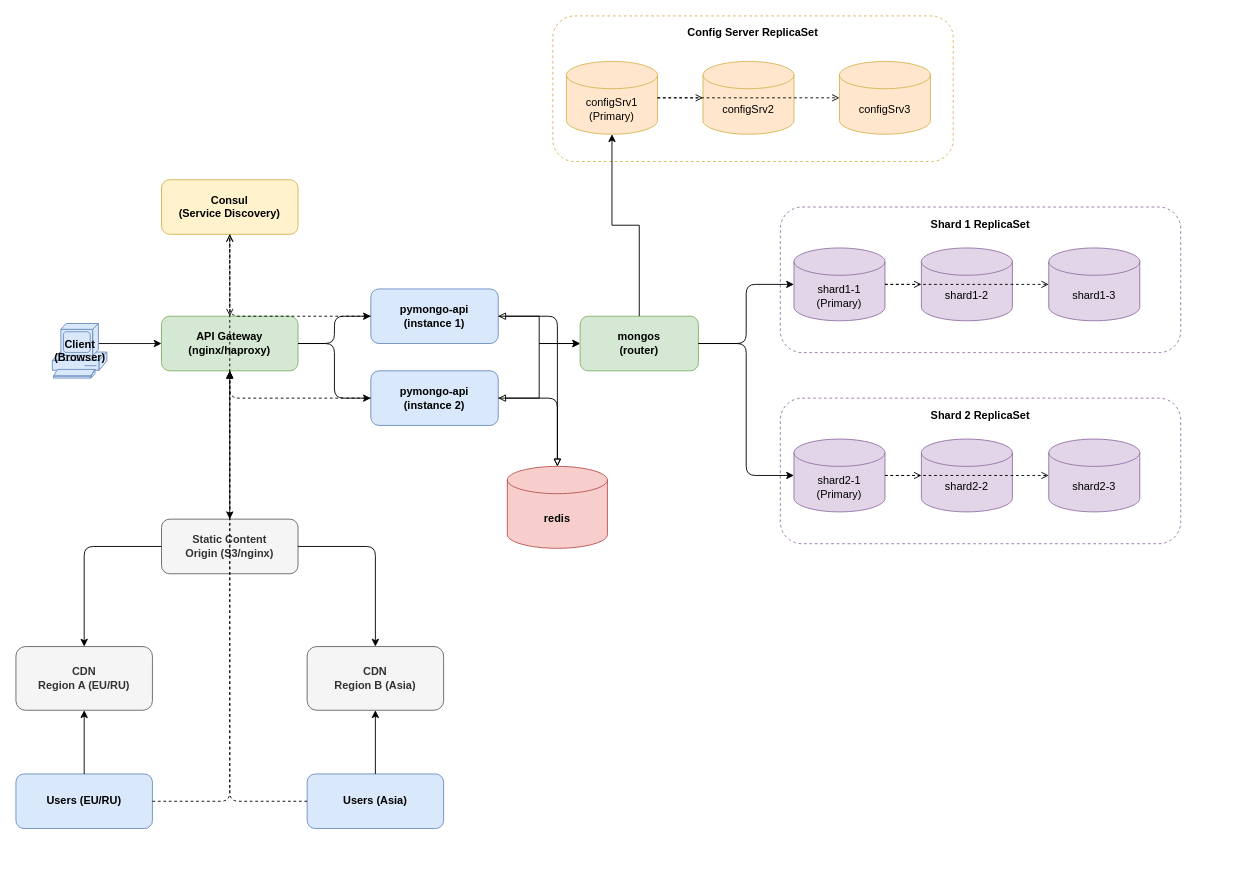
Earlier version of the draw.io diagram page "+ CDN" (5 of 5) of schemes.drawio (Yandex-Practicum/architecture-pro-black_friday). Source tidied: cells renumbered, new cells numbered last; positions are measured from the earlier drawing's top-left corner, leaving out a move shared by most shapes. Both pictures are drawn from the tidied source at 91%, with x=0, y=0 at pixel (15, 15).
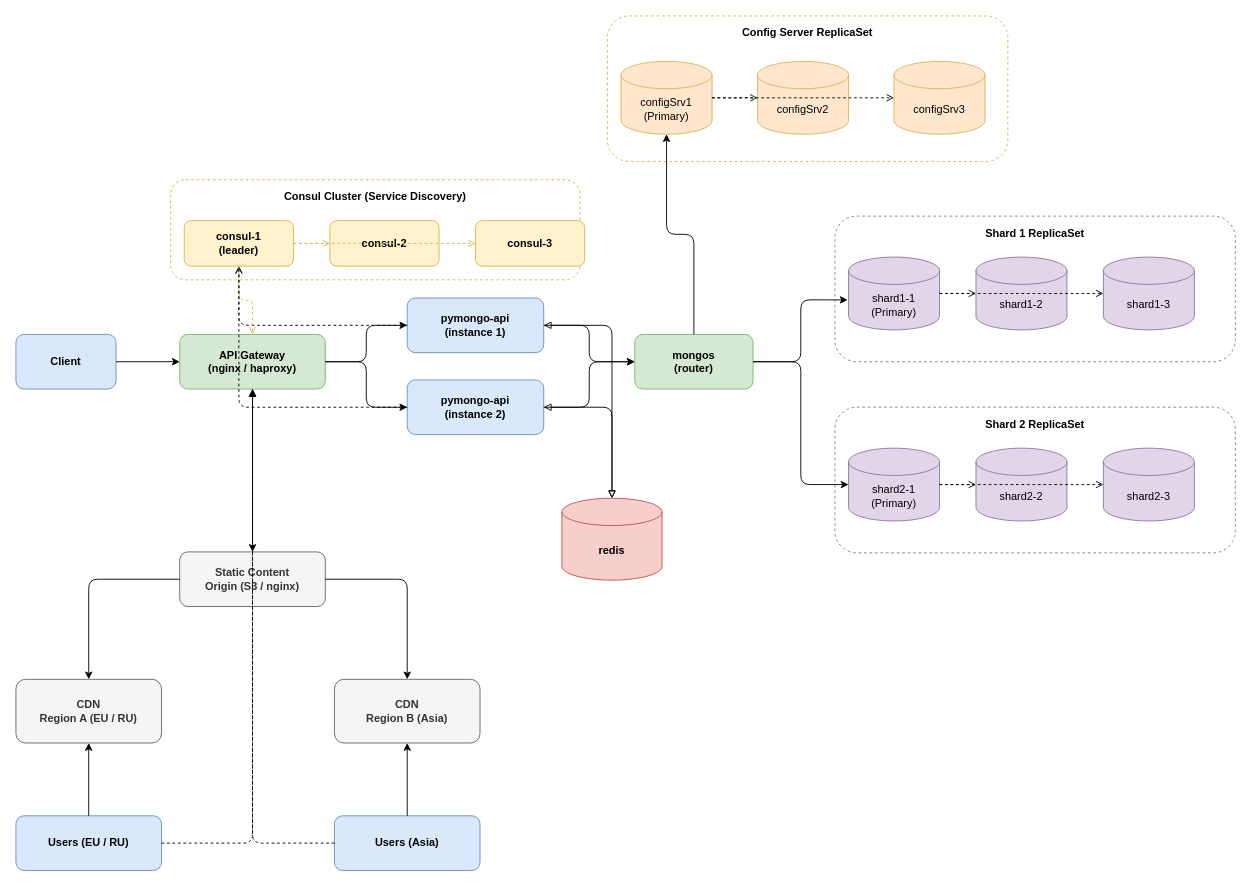
The same diagram, later.

Diff of the diagram source:
```diff
@@
+    <mxCell id="52" value="Client" style="rounded=1;whiteSpace=wrap;html=1;fillColor=#dae8fc;strokeColor=#6c8ebf;fontStyle=1;" parent="1" vertex="1">
+      <mxGeometry y="350" width="110" height="60" as="geometry" />
+    </mxCell>
-    <mxCell id="2" value="API Gateway&#10;(nginx/haproxy)" style="rounded=1;whiteSpace=wrap;html=1;fillColor=#d5e8d4;strokeColor=#82b366;fontStyle=1;" parent="1" vertex="1">
-      <mxGeometry x="160" y="330" width="150" height="60" as="geometry" />
+    <mxCell id="2" value="API Gateway&#10;(nginx / haproxy)" style="rounded=1;whiteSpace=wrap;html=1;fillColor=#d5e8d4;strokeColor=#82b366;fontStyle=1;" parent="1" vertex="1">
+      <mxGeometry x="180" y="350" width="160" height="60" as="geometry" />
     </mxCell>
-    <mxCell id="3" value="Consul&#10;(Service Discovery)" style="rounded=1;whiteSpace=wrap;html=1;fillColor=#fff2cc;strokeColor=#d6b656;fontStyle=1;" parent="1" vertex="1">
-      <mxGeometry x="160" y="180" width="150" height="60" as="geometry" />
-    </mxCell>
+    <mxCell id="53" value="Consul Cluster (Service Discovery)" style="rounded=1;dashed=1;fillColor=none;strokeColor=#d6b656;fontStyle=1;verticalAlign=top;spacingTop=5;" parent="1" vertex="1">
+      <mxGeometry x="170" y="180" width="450" height="110" as="geometry" />
+    </mxCell>
+    <mxCell id="54" value="consul-1&#10;(leader)" style="rounded=1;whiteSpace=wrap;html=1;fillColor=#fff2cc;strokeColor=#d6b656;fontStyle=1;" parent="1" vertex="1">
+      <mxGeometry x="185" y="225" width="120" height="50" as="geometry" />
+    </mxCell>
+    <mxCell id="55" value="consul-2" style="rounded=1;whiteSpace=wrap;html=1;fillColor=#fff2cc;strokeColor=#d6b656;fontStyle=1;" parent="1" vertex="1">
+      <mxGeometry x="345" y="225" width="120" height="50" as="geometry" />
+    </mxCell>
+    <mxCell id="56" value="consul-3" style="rounded=1;whiteSpace=wrap;html=1;fillColor=#fff2cc;strokeColor=#d6b656;fontStyle=1;" parent="1" vertex="1">
+      <mxGeometry x="505" y="225" width="120" height="50" as="geometry" />
+    </mxCell>
     <mxCell id="4" value="pymongo-api&#10;(instance 1)" style="rounded=1;whiteSpace=wrap;html=1;fillColor=#dae8fc;strokeColor=#6c8ebf;fontStyle=1;" parent="1" vertex="1">
-      <mxGeometry x="390" y="300" width="140" height="60" as="geometry" />
+      <mxGeometry x="430" y="310" width="150" height="60" as="geometry" />
     </mxCell>
     <mxCell id="5" value="pymongo-api&#10;(instance 2)" style="rounded=1;whiteSpace=wrap;html=1;fillColor=#dae8fc;strokeColor=#6c8ebf;fontStyle=1;" parent="1" vertex="1">
-      <mxGeometry x="390" y="390" width="140" height="60" as="geometry" />
+      <mxGeometry x="430" y="400" width="150" height="60" as="geometry" />
     </mxCell>
     <mxCell id="6" value="redis" style="shape=cylinder3;whiteSpace=wrap;html=1;boundedLbl=1;backgroundOutline=1;size=15;fillColor=#f8cecc;strokeColor=#b85450;fontStyle=1;" parent="1" vertex="1">
-      <mxGeometry x="540" y="495" width="110" height="90" as="geometry" />
+      <mxGeometry x="600" y="530" width="110" height="90" as="geometry" />
     </mxCell>
     <mxCell id="7" value="mongos&#10;(router)" style="rounded=1;whiteSpace=wrap;html=1;fillColor=#d5e8d4;strokeColor=#82b366;fontStyle=1;" parent="1" vertex="1">
-      <mxGeometry x="620" y="330" width="130" height="60" as="geometry" />
+      <mxGeometry x="680" y="350" width="130" height="60" as="geometry" />
     </mxCell>
     <mxCell id="8" value="Config Server ReplicaSet" style="rounded=1;dashed=1;fillColor=none;strokeColor=#d6b656;fontStyle=1;verticalAlign=top;spacingTop=5;" parent="1" vertex="1">
-      <mxGeometry x="590" width="440" height="160" as="geometry" />
+      <mxGeometry x="650" width="440" height="160" as="geometry" />
     </mxCell>
     <mxCell id="9" value="configSrv1&#10;(Primary)" style="shape=cylinder3;whiteSpace=wrap;html=1;boundedLbl=1;backgroundOutline=1;size=15;fillColor=#ffe6cc;strokeColor=#d6b656;" parent="1" vertex="1">
-      <mxGeometry x="605" y="50" width="100" height="80" as="geometry" />
+      <mxGeometry x="665" y="50" width="100" height="80" as="geometry" />
     </mxCell>
     <mxCell id="10" value="configSrv2" style="shape=cylinder3;whiteSpace=wrap;html=1;boundedLbl=1;backgroundOutline=1;size=15;fillColor=#ffe6cc;strokeColor=#d6b656;" parent="1" vertex="1">
-      <mxGeometry x="755" y="50" width="100" height="80" as="geometry" />
+      <mxGeometry x="815" y="50" width="100" height="80" as="geometry" />
     </mxCell>
     <mxCell id="11" value="configSrv3" style="shape=cylinder3;whiteSpace=wrap;html=1;boundedLbl=1;backgroundOutline=1;size=15;fillColor=#ffe6cc;strokeColor=#d6b656;" parent="1" vertex="1">
-      <mxGeometry x="905" y="50" width="100" height="80" as="geometry" />
+      <mxGeometry x="965" y="50" width="100" height="80" as="geometry" />
     </mxCell>
     <mxCell id="12" value="Shard 1 ReplicaSet" style="rounded=1;dashed=1;fillColor=none;strokeColor=#9673a6;fontStyle=1;verticalAlign=top;spacingTop=5;" parent="1" vertex="1">
-      <mxGeometry x="840" y="210" width="440" height="160" as="geometry" />
+      <mxGeometry x="900" y="220" width="440" height="160" as="geometry" />
     </mxCell>
     <mxCell id="13" value="shard1-1&#10;(Primary)" style="shape=cylinder3;whiteSpace=wrap;html=1;boundedLbl=1;backgroundOutline=1;size=15;fillColor=#e1d5e7;strokeColor=#9673a6;" parent="1" vertex="1">
-      <mxGeometry x="855" y="255" width="100" height="80" as="geometry" />
+      <mxGeometry x="915" y="265" width="100" height="80" as="geometry" />
     </mxCell>
     <mxCell id="14" value="shard1-2" style="shape=cylinder3;whiteSpace=wrap;html=1;boundedLbl=1;backgroundOutline=1;size=15;fillColor=#e1d5e7;strokeColor=#9673a6;" parent="1" vertex="1">
-      <mxGeometry x="995" y="255" width="100" height="80" as="geometry" />
+      <mxGeometry x="1055" y="265" width="100" height="80" as="geometry" />
     </mxCell>
     <mxCell id="15" value="shard1-3" style="shape=cylinder3;whiteSpace=wrap;html=1;boundedLbl=1;backgroundOutline=1;size=15;fillColor=#e1d5e7;strokeColor=#9673a6;" parent="1" vertex="1">
-      <mxGeometry x="1135" y="255" width="100" height="80" as="geometry" />
+      <mxGeometry x="1195" y="265" width="100" height="80" as="geometry" />
     </mxCell>
     <mxCell id="16" value="Shard 2 ReplicaSet" style="rounded=1;dashed=1;fillColor=none;strokeColor=#9673a6;fontStyle=1;verticalAlign=top;spacingTop=5;" parent="1" vertex="1">
-      <mxGeometry x="840" y="420" width="440" height="160" as="geometry" />
+      <mxGeometry x="900" y="430" width="440" height="160" as="geometry" />
     </mxCell>
     <mxCell id="17" value="shard2-1&#10;(Primary)" style="shape=cylinder3;whiteSpace=wrap;html=1;boundedLbl=1;backgroundOutline=1;size=15;fillColor=#e1d5e7;strokeColor=#9673a6;" parent="1" vertex="1">
-      <mxGeometry x="855" y="465" width="100" height="80" as="geometry" />
+      <mxGeometry x="915" y="475" width="100" height="80" as="geometry" />
     </mxCell>
     <mxCell id="18" value="shard2-2" style="shape=cylinder3;whiteSpace=wrap;html=1;boundedLbl=1;backgroundOutline=1;size=15;fillColor=#e1d5e7;strokeColor=#9673a6;" parent="1" vertex="1">
-      <mxGeometry x="995" y="465" width="100" height="80" as="geometry" />
+      <mxGeometry x="1055" y="475" width="100" height="80" as="geometry" />
     </mxCell>
     <mxCell id="19" value="shard2-3" style="shape=cylinder3;whiteSpace=wrap;html=1;boundedLbl=1;backgroundOutline=1;size=15;fillColor=#e1d5e7;strokeColor=#9673a6;" parent="1" vertex="1">
-      <mxGeometry x="1135" y="465" width="100" height="80" as="geometry" />
+      <mxGeometry x="1195" y="475" width="100" height="80" as="geometry" />
     </mxCell>
-    <mxCell id="20" value="Static Content&#10;Origin (S3/nginx)" style="rounded=1;whiteSpace=wrap;html=1;fillColor=#f5f5f5;strokeColor=#666666;fontColor=#333333;fontStyle=1;" parent="1" vertex="1">
-      <mxGeometry x="160" y="553" width="150" height="60" as="geometry" />
+    <mxCell id="20" value="Static Content&#10;Origin (S3 / nginx)" style="rounded=1;whiteSpace=wrap;html=1;fillColor=#f5f5f5;strokeColor=#666666;fontColor=#333333;fontStyle=1;" parent="1" vertex="1">
+      <mxGeometry x="180" y="589" width="160" height="60" as="geometry" />
     </mxCell>
-    <mxCell id="21" value="CDN&#10;Region A (EU/RU)" style="rounded=1;whiteSpace=wrap;html=1;fillColor=#f5f5f5;strokeColor=#666666;fontColor=#333333;fontStyle=1;" parent="1" vertex="1">
-      <mxGeometry y="693" width="150" height="70" as="geometry" />
+    <mxCell id="21" value="CDN&#10;Region A (EU / RU)" style="rounded=1;whiteSpace=wrap;html=1;fillColor=#f5f5f5;strokeColor=#666666;fontColor=#333333;fontStyle=1;" parent="1" vertex="1">
+      <mxGeometry y="729" width="160" height="70" as="geometry" />
     </mxCell>
     <mxCell id="22" value="CDN&#10;Region B (Asia)" style="rounded=1;whiteSpace=wrap;html=1;fillColor=#f5f5f5;strokeColor=#666666;fontColor=#333333;fontStyle=1;" parent="1" vertex="1">
-      <mxGeometry x="320" y="693" width="150" height="70" as="geometry" />
+      <mxGeometry x="350" y="729" width="160" height="70" as="geometry" />
     </mxCell>
-    <mxCell id="23" value="Users (EU/RU)" style="rounded=1;whiteSpace=wrap;html=1;fillColor=#dae8fc;strokeColor=#6c8ebf;fontStyle=1;" parent="1" vertex="1">
-      <mxGeometry y="833" width="150" height="60" as="geometry" />
+    <mxCell id="23" value="Users (EU / RU)" style="rounded=1;whiteSpace=wrap;html=1;fillColor=#dae8fc;strokeColor=#6c8ebf;fontStyle=1;" parent="1" vertex="1">
+      <mxGeometry y="879" width="160" height="60" as="geometry" />
     </mxCell>
     <mxCell id="24" value="Users (Asia)" style="rounded=1;whiteSpace=wrap;html=1;fillColor=#dae8fc;strokeColor=#6c8ebf;fontStyle=1;" parent="1" vertex="1">
-      <mxGeometry x="320" y="833" width="150" height="60" as="geometry" />
+      <mxGeometry x="350" y="879" width="160" height="60" as="geometry" />
     </mxCell>
-    <mxCell id="25" style="edgeStyle=orthogonalEdgeStyle;html=1;rounded=0;exitX=0.817;exitY=0.367;exitDx=0;exitDy=0;exitPerimeter=0;" parent="1" edge="1" source="51" target="2">
+    <mxCell id="25" style="edgeStyle=orthogonalEdgeStyle;html=1;" parent="1" edge="1" source="52" target="2">
       <mxGeometry relative="1" as="geometry" />
     </mxCell>
-    <mxCell id="26" style="edgeStyle=orthogonalEdgeStyle;html=1;rounded=1;curved=0;" parent="1" edge="1" source="2" target="4">
+    <mxCell id="26" style="edgeStyle=orthogonalEdgeStyle;html=1;" parent="1" edge="1" source="2" target="4">
       <mxGeometry relative="1" as="geometry" />
     </mxCell>
-    <mxCell id="27" style="edgeStyle=orthogonalEdgeStyle;html=1;rounded=1;curved=0;" parent="1" edge="1" source="2" target="5">
+    <mxCell id="27" style="edgeStyle=orthogonalEdgeStyle;html=1;" parent="1" edge="1" source="2" target="5">
       <mxGeometry relative="1" as="geometry" />
     </mxCell>
-    <mxCell id="28" style="edgeStyle=orthogonalEdgeStyle;dashed=1;endArrow=open;endFill=0;html=1;" parent="1" edge="1" source="4" target="3">
+    <mxCell id="28" style="edgeStyle=orthogonalEdgeStyle;dashed=1;endArrow=open;endFill=0;html=1;" parent="1" edge="1" source="4" target="54">
       <mxGeometry relative="1" as="geometry" />
     </mxCell>
-    <mxCell id="29" style="edgeStyle=orthogonalEdgeStyle;dashed=1;endArrow=open;endFill=0;html=1;" parent="1" edge="1" source="5" target="3">
+    <mxCell id="29" style="edgeStyle=orthogonalEdgeStyle;dashed=1;endArrow=open;endFill=0;html=1;" parent="1" edge="1" source="5" target="54">
       <mxGeometry relative="1" as="geometry" />
     </mxCell>
-    <mxCell id="30" style="edgeStyle=orthogonalEdgeStyle;dashed=1;endArrow=open;endFill=0;html=1;" parent="1" edge="1" source="3" target="2">
+    <mxCell id="30" style="edgeStyle=orthogonalEdgeStyle;dashed=1;endArrow=open;endFill=0;html=1;strokeColor=#d6b656;" parent="1" edge="1" source="54" target="2">
       <mxGeometry relative="1" as="geometry" />
     </mxCell>
-    <mxCell id="31" style="edgeStyle=orthogonalEdgeStyle;html=1;endArrow=block;startArrow=block;startFill=0;endFill=0;" parent="1" edge="1" source="4" target="6">
+    <mxCell id="31" style="dashed=1;endArrow=open;endFill=0;html=1;strokeColor=#d6b656;" parent="1" edge="1" source="54" target="55">
       <mxGeometry relative="1" as="geometry" />
     </mxCell>
-    <mxCell id="32" style="edgeStyle=orthogonalEdgeStyle;html=1;endArrow=block;startArrow=block;startFill=0;endFill=0;" parent="1" edge="1" source="5" target="6">
+    <mxCell id="32" style="dashed=1;endArrow=open;endFill=0;html=1;strokeColor=#d6b656;" parent="1" edge="1" source="54" target="56">
       <mxGeometry relative="1" as="geometry" />
     </mxCell>
-    <mxCell id="33" style="edgeStyle=orthogonalEdgeStyle;html=1;rounded=0;" parent="1" edge="1" source="4" target="7">
+    <mxCell id="33" style="edgeStyle=orthogonalEdgeStyle;html=1;endArrow=block;startArrow=block;startFill=0;endFill=0;" parent="1" edge="1" source="4" target="6">
       <mxGeometry relative="1" as="geometry" />
     </mxCell>
-    <mxCell id="34" style="edgeStyle=orthogonalEdgeStyle;html=1;rounded=0;" parent="1" edge="1" source="5" target="7">
+    <mxCell id="34" style="edgeStyle=orthogonalEdgeStyle;html=1;endArrow=block;startArrow=block;startFill=0;endFill=0;" parent="1" edge="1" source="5" target="6">
       <mxGeometry relative="1" as="geometry" />
     </mxCell>
-    <mxCell id="35" style="edgeStyle=orthogonalEdgeStyle;html=1;rounded=0;" parent="1" edge="1" source="7" target="9">
+    <mxCell id="35" style="edgeStyle=orthogonalEdgeStyle;html=1;" parent="1" edge="1" source="4" target="7">
       <mxGeometry relative="1" as="geometry" />
     </mxCell>
-    <mxCell id="36" style="edgeStyle=orthogonalEdgeStyle;html=1;rounded=1;curved=0;" parent="1" edge="1" source="7" target="13">
+    <mxCell id="36" style="edgeStyle=orthogonalEdgeStyle;html=1;" parent="1" edge="1" source="5" target="7">
       <mxGeometry relative="1" as="geometry" />
     </mxCell>
-    <mxCell id="37" style="edgeStyle=orthogonalEdgeStyle;html=1;rounded=1;entryX=0;entryY=0.5;entryDx=0;entryDy=0;entryPerimeter=0;curved=0;" parent="1" edge="1" source="7" target="17">
+    <mxCell id="37" style="edgeStyle=orthogonalEdgeStyle;html=1;" parent="1" edge="1" source="7" target="9">
       <mxGeometry relative="1" as="geometry" />
     </mxCell>
+    <mxCell id="57" style="edgeStyle=orthogonalEdgeStyle;html=1;entryX=-0.01;entryY=0.588;entryDx=0;entryDy=0;entryPerimeter=0;" parent="1" edge="1" source="7" target="13">
+      <mxGeometry relative="1" as="geometry" />
+    </mxCell>
+    <mxCell id="58" style="edgeStyle=orthogonalEdgeStyle;html=1;entryX=0;entryY=0.5;entryDx=0;entryDy=0;entryPerimeter=0;" parent="1" edge="1" source="7" target="17">
+      <mxGeometry relative="1" as="geometry" />
+    </mxCell>
@@
-    <mxCell id="51" value="Client&#10;(Browser)" style="shape=mxgraph.cisco.computers_and_peripherals.pc;html=1;dashed=0;fillColor=#dae8fc;strokeColor=#6c8ebf;sketch=0;fontStyle=1;" parent="1" vertex="1">
-      <mxGeometry x="40" y="338" width="60" height="60" as="geometry" />
-    </mxCell>
```
